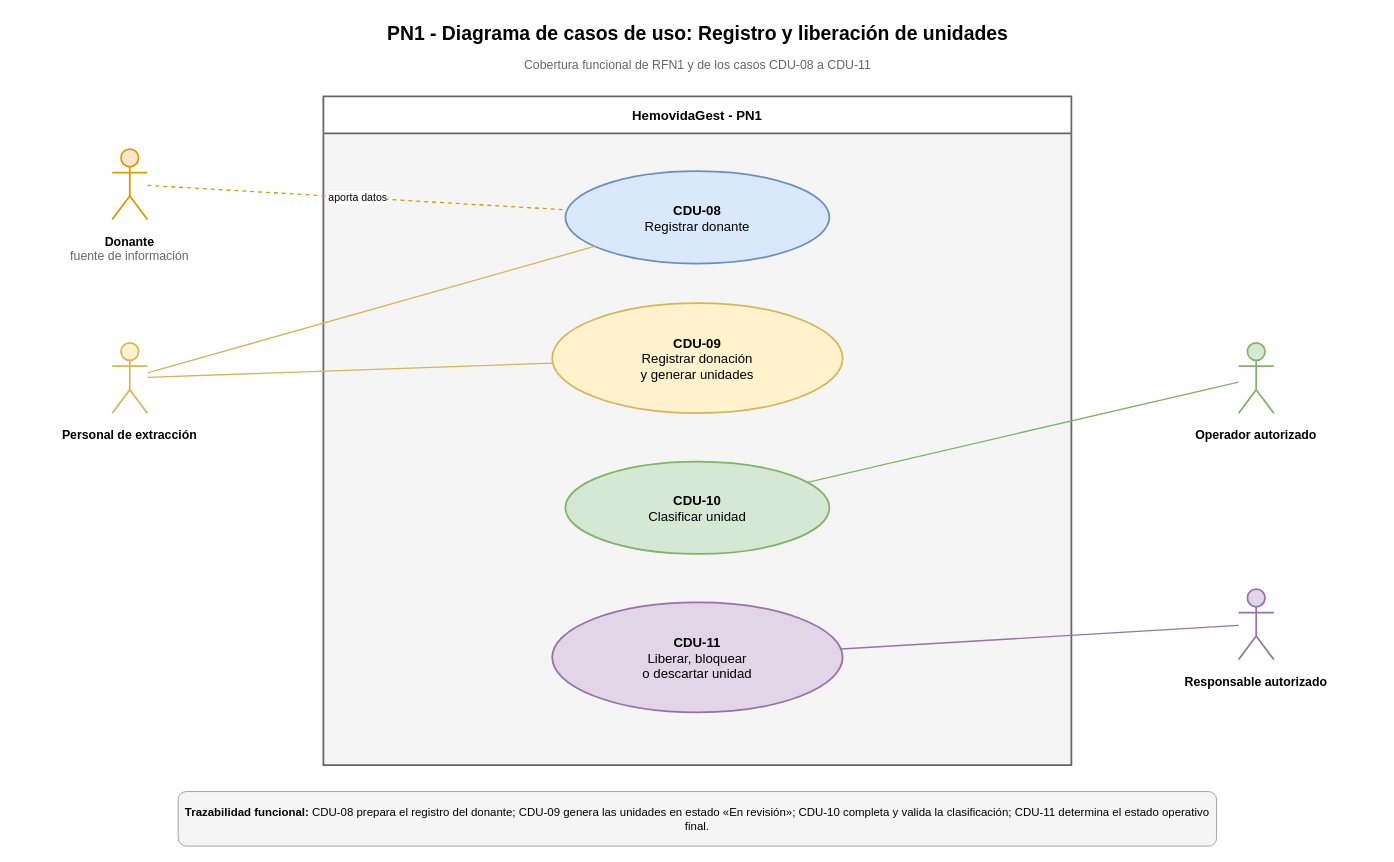
Above: Diagramas/Secuencia de Roles/PN1_DiagramaCasosDeUso.drawio in juanNH/Ingenieria-de-Software (draw.io), before the change. Source tidied: cells renumbered, new cells numbered last; positions are measured from the earlier drawing's top-left corner, leaving out a move shared by most shapes. Both pictures are drawn from the tidied source at 88%, with x=0, y=0 at pixel (15, 15).
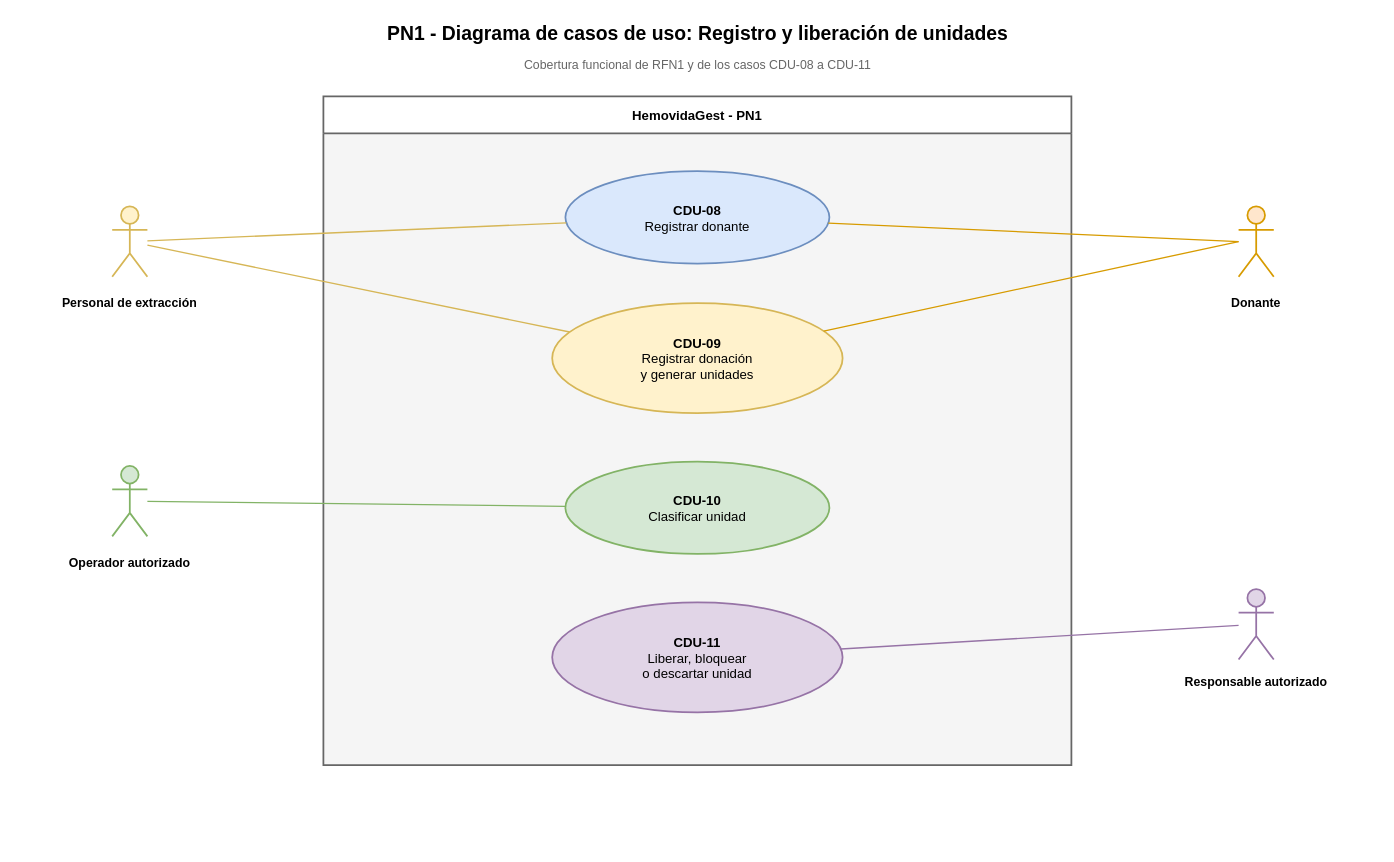
The same page after the edit.

Unchanged cells that the change refers to:
```xml
<mxCell id="5" value="&lt;b&gt;CDU-08&lt;/b&gt;&lt;br&gt;Registrar donante" style="ellipse;whiteSpace=wrap;html=1;fillColor=#dae8fc;strokeColor=#6c8ebf;strokeWidth=2;fontSize=15;fontFamily=Arial;align=center;verticalAlign=middle;" parent="1" vertex="1">
  <mxGeometry x="625" y="177" width="300" height="105" as="geometry" />
</mxCell>
<mxCell id="6" value="&lt;b&gt;CDU-09&lt;/b&gt;&lt;br&gt;Registrar donación&lt;br&gt;y generar unidades" style="ellipse;whiteSpace=wrap;html=1;fillColor=#fff2cc;strokeColor=#d6b656;strokeWidth=2;fontSize=15;fontFamily=Arial;align=center;verticalAlign=middle;" parent="1" vertex="1">
  <mxGeometry x="610" y="327" width="330" height="125" as="geometry" />
</mxCell>
```

What changed in the source:
```diff
@@
     <mxCell id="9" style="shape=umlActor;html=1;fillColor=#ffe6cc;strokeColor=#d79b00;strokeWidth=2;" parent="1" vertex="1">
-      <mxGeometry x="110" y="152" width="40" height="80" as="geometry" />
+      <mxGeometry x="1390" y="217" width="40" height="80" as="geometry" />
     </mxCell>
-    <mxCell id="10" value="&lt;b&gt;Donante&lt;/b&gt;&lt;br&gt;&lt;font color=&quot;#666666&quot;&gt;fuente de información&lt;/font&gt;" style="text;html=1;strokeColor=none;fillColor=none;fontSize=14;fontFamily=Arial;align=center;verticalAlign=top;whiteSpace=wrap;" parent="1" vertex="1">
-      <mxGeometry x="15" y="242" width="230" height="55" as="geometry" />
+    <mxCell id="10" value="&lt;b&gt;Donante&lt;/b&gt;" style="text;html=1;strokeColor=none;fillColor=none;fontSize=14;fontFamily=Arial;align=center;verticalAlign=top;whiteSpace=wrap;" parent="1" vertex="1">
+      <mxGeometry x="1295" y="312" width="230" height="40" as="geometry" />
     </mxCell>
     <mxCell id="11" style="shape=umlActor;html=1;fillColor=#fff2cc;strokeColor=#d6b656;strokeWidth=2;" parent="1" vertex="1">
-      <mxGeometry x="110" y="372" width="40" height="80" as="geometry" />
+      <mxGeometry x="110" y="217" width="40" height="80" as="geometry" />
     </mxCell>
     <mxCell id="12" value="&lt;b&gt;Personal de extracción&lt;/b&gt;" style="text;html=1;strokeColor=none;fillColor=none;fontSize=14;fontFamily=Arial;align=center;verticalAlign=top;whiteSpace=wrap;" parent="1" vertex="1">
-      <mxGeometry y="462" width="260" height="40" as="geometry" />
+      <mxGeometry y="312" width="260" height="40" as="geometry" />
     </mxCell>
     <mxCell id="13" style="shape=umlActor;html=1;fillColor=#d5e8d4;strokeColor=#82b366;strokeWidth=2;" parent="1" vertex="1">
-      <mxGeometry x="1390" y="372" width="40" height="80" as="geometry" />
+      <mxGeometry x="110" y="512" width="40" height="80" as="geometry" />
     </mxCell>
     <mxCell id="14" value="&lt;b&gt;Operador autorizado&lt;/b&gt;" style="text;html=1;strokeColor=none;fillColor=none;fontSize=14;fontFamily=Arial;align=center;verticalAlign=top;whiteSpace=wrap;" parent="1" vertex="1">
-      <mxGeometry x="1280" y="462" width="260" height="40" as="geometry" />
+      <mxGeometry y="607" width="260" height="40" as="geometry" />
     </mxCell>
@@
-    <mxCell id="17" value="aporta datos" style="rounded=0;html=1;endArrow=none;dashed=1;strokeColor=#d79b00;strokeWidth=1.5;fontSize=12;fontFamily=Arial;labelBackgroundColor=#ffffff;" parent="1" edge="1" source="9" target="5">
+    <mxCell id="17" style="rounded=0;html=1;endArrow=none;strokeColor=#d79b00;strokeWidth=1.5;exitX=0;exitY=0.5;" parent="1" edge="1" source="9" target="5">
       <mxGeometry relative="1" as="geometry" />
     </mxCell>
+    <mxCell id="23" style="rounded=0;html=1;endArrow=none;strokeColor=#d79b00;strokeWidth=1.5;exitX=0;exitY=0.5;" parent="1" edge="1" source="9" target="6">
+      <mxGeometry relative="1" as="geometry" />
+    </mxCell>
@@
-    <mxCell id="22" value="&lt;b&gt;Trazabilidad funcional:&lt;/b&gt; CDU-08 prepara el registro del donante; CDU-09 genera las unidades en estado «En revisión»; CDU-10 completa y valida la clasificación; CDU-11 determina el estado operativo final." style="rounded=1;whiteSpace=wrap;html=1;fillColor=#f5f5f5;strokeColor=#999999;fontSize=13;fontFamily=Arial;align=center;verticalAlign=middle;" parent="1" vertex="1">
-      <mxGeometry x="185" y="882" width="1180" height="62" as="geometry" />
-    </mxCell>
```
